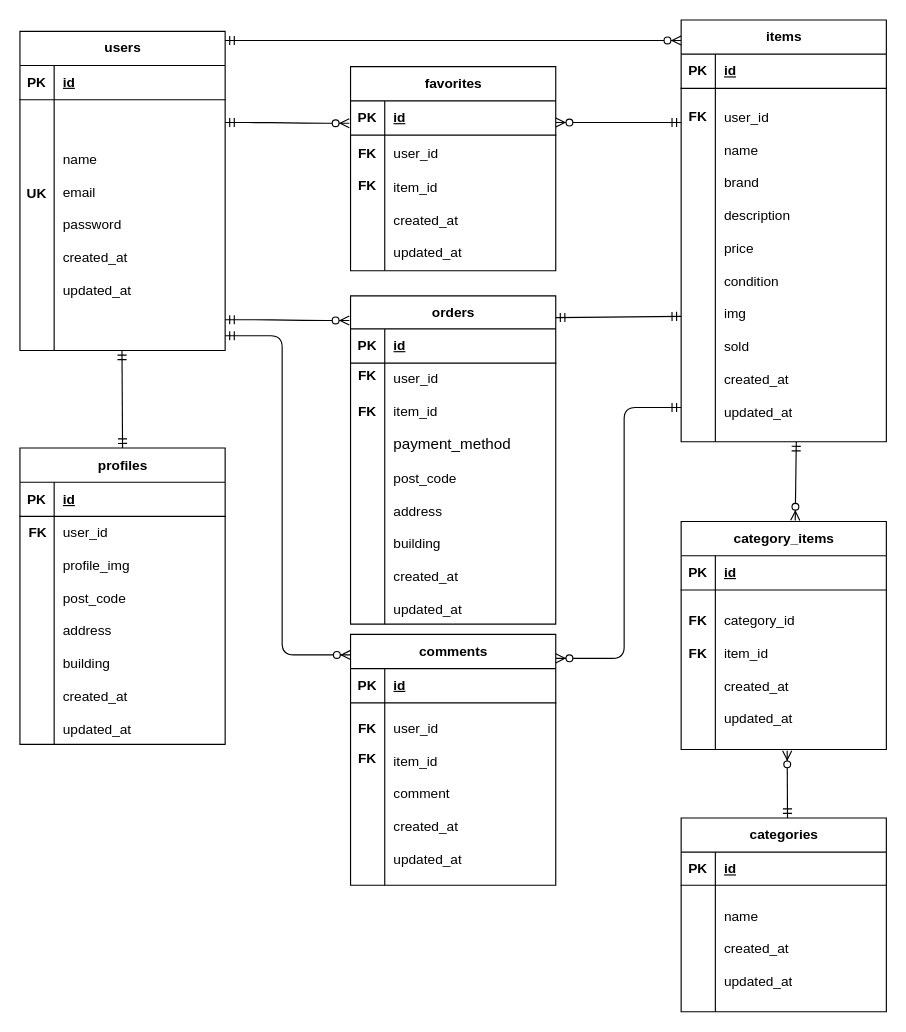
sara-1003/free-market-app keeps this draw.io diagram as erd.drawio. Above is the earlier version. Source tidied: cells renumbered, new cells numbered last; positions are measured from the earlier drawing's top-left corner, leaving out a move shared by most shapes. Both pictures are drawn from the tidied source at 114%, with x=0, y=0 at pixel (19, 19).
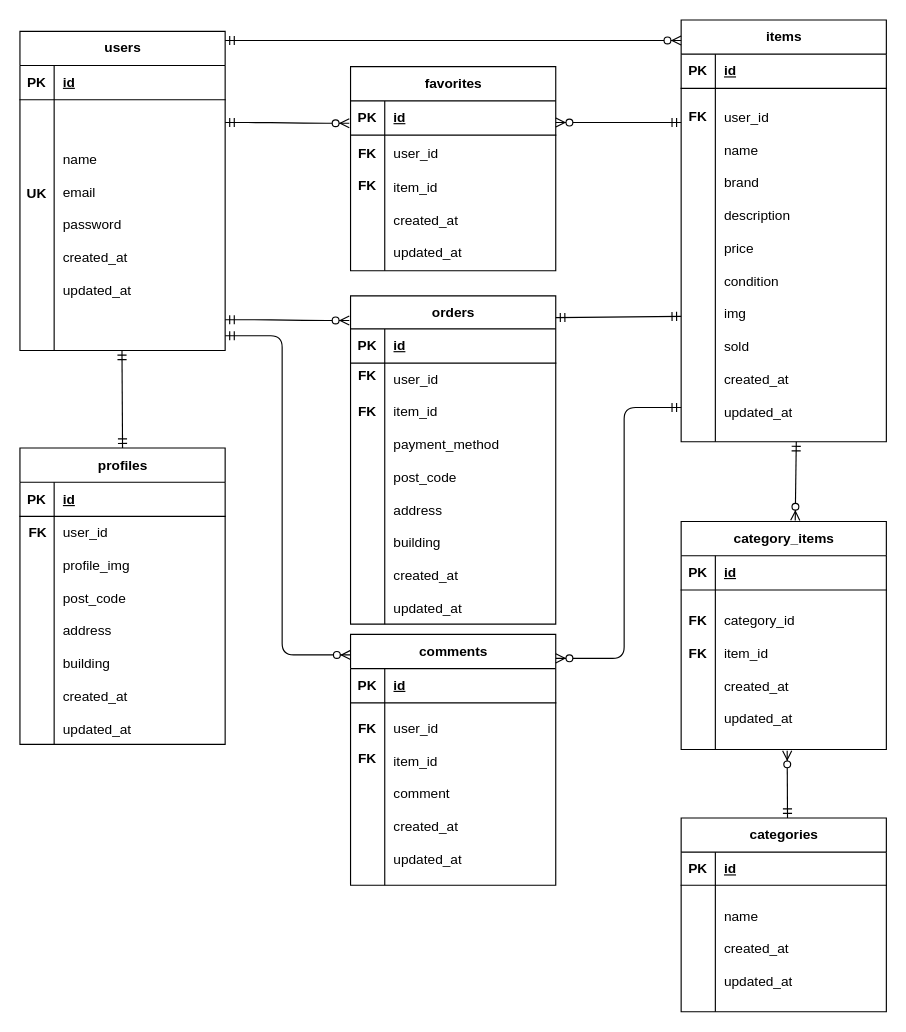
Above is the later version.

Unchanged cells that the change refers to:
```xml
<mxCell id="65" style="shape=tableRow;horizontal=0;startSize=0;swimlaneHead=0;swimlaneBody=0;fillColor=none;top=0;left=0;right=0;bottom=0;" parent="61" vertex="1">
  <mxGeometry y="59" width="180" height="229" as="geometry" />
</mxCell>
```

What changed in the source:
```diff
@@
-    <mxCell id="67" value="&lt;span style=&quot;background-color: transparent;&quot;&gt;&lt;font color=&quot;#000000&quot;&gt;user&lt;/font&gt;_id&lt;/span&gt;&lt;div&gt;&lt;div&gt;&lt;font color=&quot;#000000&quot;&gt;&lt;br&gt;&lt;/font&gt;&lt;/div&gt;&lt;div&gt;&lt;font color=&quot;#000000&quot;&gt;item_id&lt;/font&gt;&lt;/div&gt;&lt;div&gt;&lt;font color=&quot;#000000&quot;&gt;&lt;br&gt;&lt;/font&gt;&lt;/div&gt;&lt;div&gt;&lt;span style=&quot;caret-color: rgb(0, 0, 0); color: rgb(0, 0, 0); font-size: 10pt; font-family: Arial;&quot;&gt;payment_method&lt;/span&gt;&lt;/div&gt;&lt;div&gt;&lt;br&gt;&lt;/div&gt;&lt;div&gt;post_code&lt;/div&gt;&lt;div&gt;&lt;br&gt;&lt;/div&gt;&lt;div&gt;address&lt;/div&gt;&lt;div&gt;&lt;br&gt;&lt;/div&gt;&lt;div&gt;building&lt;/div&gt;&lt;div&gt;&lt;div&gt;&lt;br&gt;&lt;/div&gt;&lt;div&gt;&lt;div&gt;&lt;div&gt;&lt;div&gt;created_at&lt;/div&gt;&lt;div&gt;&lt;br&gt;&lt;/div&gt;&lt;div&gt;updated_at&lt;/div&gt;&lt;/div&gt;&lt;/div&gt;&lt;/div&gt;&lt;/div&gt;&lt;/div&gt;" style="shape=partialRectangle;fillColor=none;top=0;left=0;bottom=0;right=0;align=left;spacingLeft=6;overflow=hidden;whiteSpace=wrap;html=1;" parent="65" vertex="1">
+    <mxCell id="67" value="&lt;span style=&quot;background-color: transparent;&quot;&gt;&lt;font color=&quot;#000000&quot;&gt;user&lt;/font&gt;_id&lt;/span&gt;&lt;div&gt;&lt;div&gt;&lt;font color=&quot;#000000&quot;&gt;&lt;br&gt;&lt;/font&gt;&lt;/div&gt;&lt;div&gt;&lt;font color=&quot;#000000&quot;&gt;item_id&lt;/font&gt;&lt;/div&gt;&lt;div&gt;&lt;font color=&quot;#000000&quot;&gt;&lt;br&gt;&lt;/font&gt;&lt;/div&gt;&lt;div&gt;&lt;span style=&quot;caret-color: rgb(0, 0, 0); color: rgb(0, 0, 0); font-family: Arial;&quot;&gt;&lt;font style=&quot;font-size: 12px;&quot;&gt;payment_method&lt;/font&gt;&lt;/span&gt;&lt;/div&gt;&lt;div&gt;&lt;br&gt;&lt;/div&gt;&lt;div&gt;post_code&lt;/div&gt;&lt;div&gt;&lt;br&gt;&lt;/div&gt;&lt;div&gt;address&lt;/div&gt;&lt;div&gt;&lt;br&gt;&lt;/div&gt;&lt;div&gt;building&lt;/div&gt;&lt;div&gt;&lt;div&gt;&lt;br&gt;&lt;/div&gt;&lt;div&gt;&lt;div&gt;&lt;div&gt;&lt;div&gt;created_at&lt;/div&gt;&lt;div&gt;&lt;br&gt;&lt;/div&gt;&lt;div&gt;updated_at&lt;/div&gt;&lt;/div&gt;&lt;/div&gt;&lt;/div&gt;&lt;/div&gt;&lt;/div&gt;" style="shape=partialRectangle;fillColor=none;top=0;left=0;bottom=0;right=0;align=left;spacingLeft=6;overflow=hidden;whiteSpace=wrap;html=1;" parent="65" vertex="1">
       <mxGeometry x="30" width="150" height="229" as="geometry" />
     </mxCell>
```
